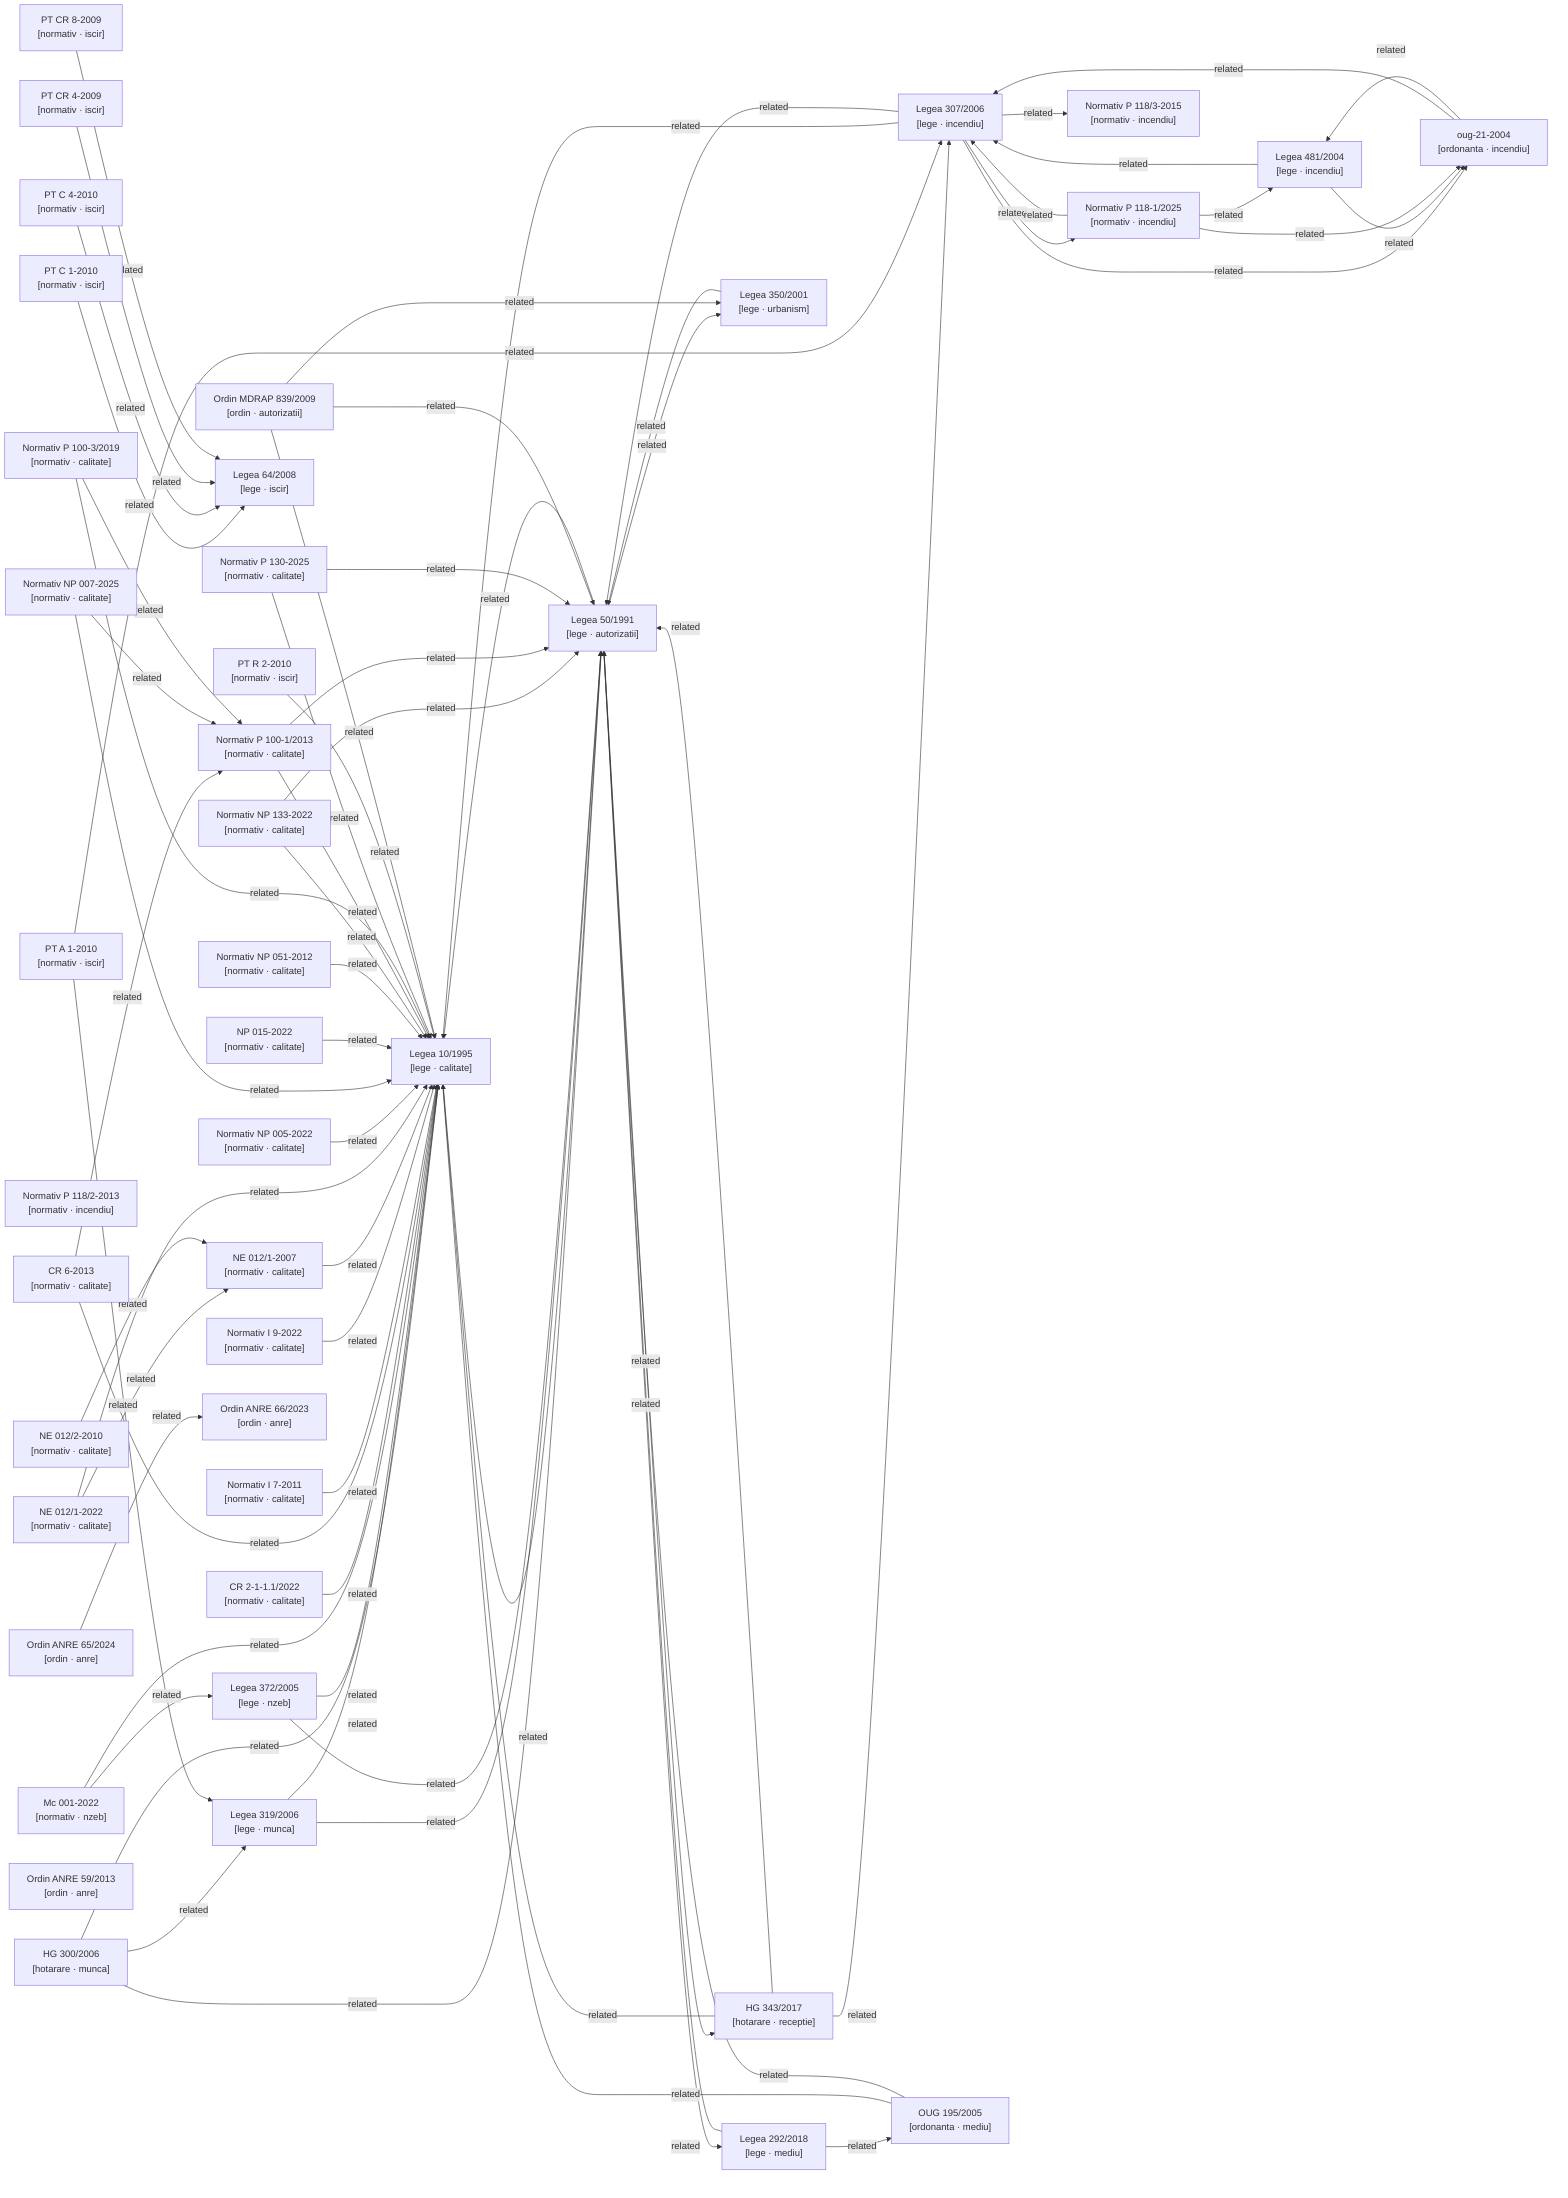
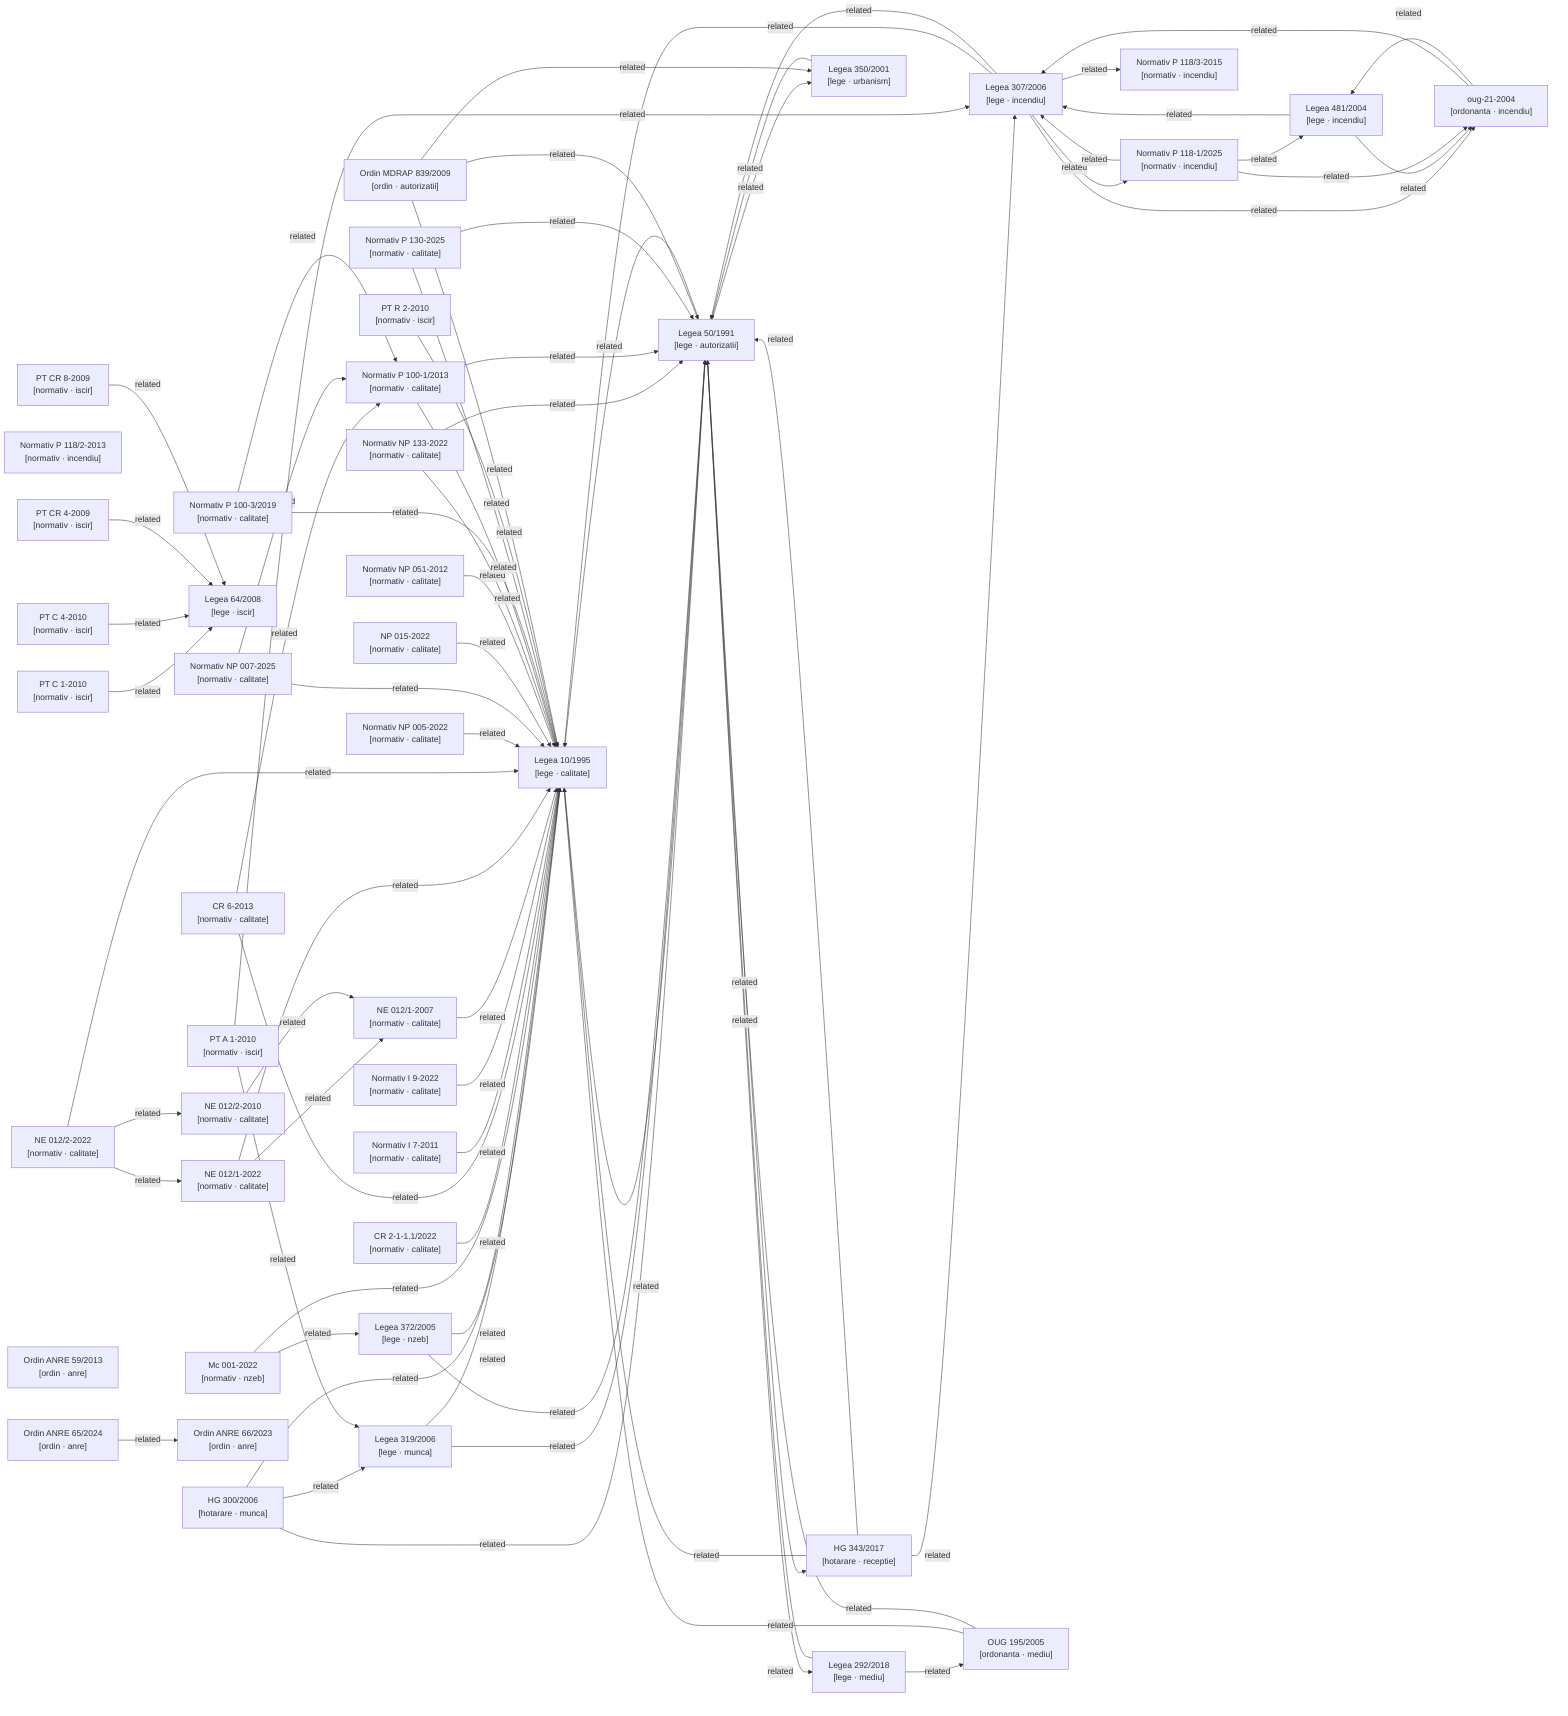
graph LR

  %% Nodes
  hg-300-2006["HG 300/2006\n[hotarare · munca]"]
  hg-343-2017["HG 343/2017\n[hotarare · receptie]"]
  lege-10-1995["Legea 10/1995\n[lege · calitate]"]
  lege-292-2018["Legea 292/2018\n[lege · mediu]"]
  lege-307-2006["Legea 307/2006\n[lege · incendiu]"]
  lege-319-2006["Legea 319/2006\n[lege · munca]"]
  lege-350-2001["Legea 350/2001\n[lege · urbanism]"]
  lege-372-2005["Legea 372/2005\n[lege · nzeb]"]
  lege-481-2004["Legea 481/2004\n[lege · incendiu]"]
  lege-50-1991["Legea 50/1991\n[lege · autorizatii]"]
  lege-64-2008["Legea 64/2008\n[lege · iscir]"]
  metodologie-mc001-2022["Mc 001-2022\n[normativ · nzeb]"]
  normativ-cr2-1-1-1-2022["CR 2-1-1.1/2022\n[normativ · calitate]"]
  normativ-cr6-2013["CR 6-2013\n[normativ · calitate]"]
  normativ-i7-2011["Normativ I 7-2011\n[normativ · calitate]"]
  normativ-i9-2022["Normativ I 9-2022\n[normativ · calitate]"]
  normativ-ne012-1-2007["NE 012/1-2007\n[normativ · calitate]"]
  normativ-ne012-1-2022["NE 012/1-2022\n[normativ · calitate]"]
  normativ-ne012-2-2010["NE 012/2-2010\n[normativ · calitate]"]
+   normativ-ne012-2-2022["NE 012/2-2022\n[normativ · calitate]"]
  normativ-np005-2022["Normativ NP 005-2022\n[normativ · calitate]"]
  normativ-np007-2025["Normativ NP 007-2025\n[normativ · calitate]"]
  normativ-np015-2022["NP 015-2022\n[normativ · calitate]"]
  normativ-np051-2012["Normativ NP 051-2012\n[normativ · calitate]"]
  normativ-np133-2022["Normativ NP 133-2022\n[normativ · calitate]"]
  normativ-p100-1-2013["Normativ P 100-1/2013\n[normativ · calitate]"]
  normativ-p100-3-2019["Normativ P 100-3/2019\n[normativ · calitate]"]
  normativ-p118-1-2025["Normativ P 118-1/2025\n[normativ · incendiu]"]
  normativ-p118-2-2013["Normativ P 118/2-2013\n[normativ · incendiu]"]
  normativ-p118-3-2015["Normativ P 118/3-2015\n[normativ · incendiu]"]
  normativ-p130-2025["Normativ P 130-2025\n[normativ · calitate]"]
  normativ-pt-a1-2010["PT A 1-2010\n[normativ · iscir]"]
  normativ-pt-c1-2010["PT C 1-2010\n[normativ · iscir]"]
  normativ-pt-c4-2010["PT C 4-2010\n[normativ · iscir]"]
  normativ-pt-cr4-2009["PT CR 4-2009\n[normativ · iscir]"]
  normativ-pt-cr8-2009["PT CR 8-2009\n[normativ · iscir]"]
  normativ-pt-r2-2010["PT R 2-2010\n[normativ · iscir]"]
  ordin-839-2009["Ordin MDRAP 839/2009\n[ordin · autorizatii]"]
  ordin-anre-59-2013["Ordin ANRE 59/2013\n[ordin · anre]"]
  ordin-anre-65-2024["Ordin ANRE 65/2024\n[ordin · anre]"]
  ordin-anre-66-2023["Ordin ANRE 66/2023\n[ordin · anre]"]
  oug-195-2005["OUG 195/2005\n[ordonanta · mediu]"]
  oug-21-2004["oug-21-2004\n[ordonanta · incendiu]"]

  %% Confirmed relationships (from metadata related_acts)
  hg-300-2006 -->|related| lege-10-1995
  hg-300-2006 -->|related| lege-319-2006
  hg-300-2006 -->|related| lege-50-1991
  hg-343-2017 -->|related| lege-10-1995
  hg-343-2017 -->|related| lege-307-2006
  hg-343-2017 -->|related| lege-50-1991
  lege-10-1995 -->|related| lege-50-1991
  lege-292-2018 -->|related| lege-50-1991
  lege-292-2018 -->|related| oug-195-2005
  lege-307-2006 -->|related| lege-10-1995
  lege-307-2006 -->|related| lege-50-1991
  lege-307-2006 -->|related| normativ-p118-1-2025
  lege-307-2006 -->|related| normativ-p118-3-2015
  lege-307-2006 -->|related| oug-21-2004
  lege-319-2006 -->|related| lege-10-1995
  lege-319-2006 -->|related| lege-50-1991
  lege-350-2001 -->|related| lege-50-1991
  lege-372-2005 -->|related| lege-10-1995
  lege-372-2005 -->|related| lege-50-1991
  lege-481-2004 -->|related| lege-307-2006
  lege-481-2004 -->|related| oug-21-2004
  lege-50-1991 -->|related| hg-343-2017
  lege-50-1991 -->|related| lege-10-1995
  lege-50-1991 -->|related| lege-292-2018
  lege-50-1991 -->|related| lege-350-2001
  metodologie-mc001-2022 -->|related| lege-10-1995
  metodologie-mc001-2022 -->|related| lege-372-2005
  normativ-cr2-1-1-1-2022 -->|related| lege-10-1995
  normativ-cr6-2013 -->|related| lege-10-1995
  normativ-cr6-2013 -->|related| normativ-p100-1-2013
  normativ-i7-2011 -->|related| lege-10-1995
  normativ-i9-2022 -->|related| lege-10-1995
  normativ-ne012-1-2007 -->|related| lege-10-1995
  normativ-ne012-1-2022 -->|related| lege-10-1995
  normativ-ne012-1-2022 -->|related| normativ-ne012-1-2007
  normativ-ne012-2-2010 -->|related| normativ-ne012-1-2007
+   normativ-ne012-2-2022 -->|related| lege-10-1995
+   normativ-ne012-2-2022 -->|related| normativ-ne012-1-2022
+   normativ-ne012-2-2022 -->|related| normativ-ne012-2-2010
  normativ-np005-2022 -->|related| lege-10-1995
  normativ-np007-2025 -->|related| lege-10-1995
  normativ-np007-2025 -->|related| normativ-p100-1-2013
  normativ-np015-2022 -->|related| lege-10-1995
  normativ-np051-2012 -->|related| lege-10-1995
  normativ-np133-2022 -->|related| lege-10-1995
  normativ-np133-2022 -->|related| lege-50-1991
  normativ-p100-1-2013 -->|related| lege-10-1995
  normativ-p100-1-2013 -->|related| lege-50-1991
  normativ-p100-3-2019 -->|related| lege-10-1995
  normativ-p100-3-2019 -->|related| normativ-p100-1-2013
  normativ-p118-1-2025 -->|related| lege-307-2006
  normativ-p118-1-2025 -->|related| lege-481-2004
  normativ-p118-1-2025 -->|related| oug-21-2004
  normativ-p130-2025 -->|related| lege-10-1995
  normativ-p130-2025 -->|related| lege-50-1991
  normativ-pt-a1-2010 -->|related| lege-307-2006
  normativ-pt-a1-2010 -->|related| lege-319-2006
  normativ-pt-c1-2010 -->|related| lege-64-2008
  normativ-pt-c4-2010 -->|related| lege-64-2008
  normativ-pt-cr4-2009 -->|related| lege-64-2008
  normativ-pt-cr8-2009 -->|related| lege-64-2008
  normativ-pt-r2-2010 -->|related| lege-10-1995
  ordin-839-2009 -->|related| lege-10-1995
  ordin-839-2009 -->|related| lege-350-2001
  ordin-839-2009 -->|related| lege-50-1991
  ordin-anre-65-2024 -->|related| ordin-anre-66-2023
  oug-195-2005 -->|related| lege-10-1995
  oug-195-2005 -->|related| lege-50-1991
  oug-21-2004 -->|related| lege-307-2006
  oug-21-2004 -->|related| lege-481-2004

  %% Auto-detected relationships (needs_review)
